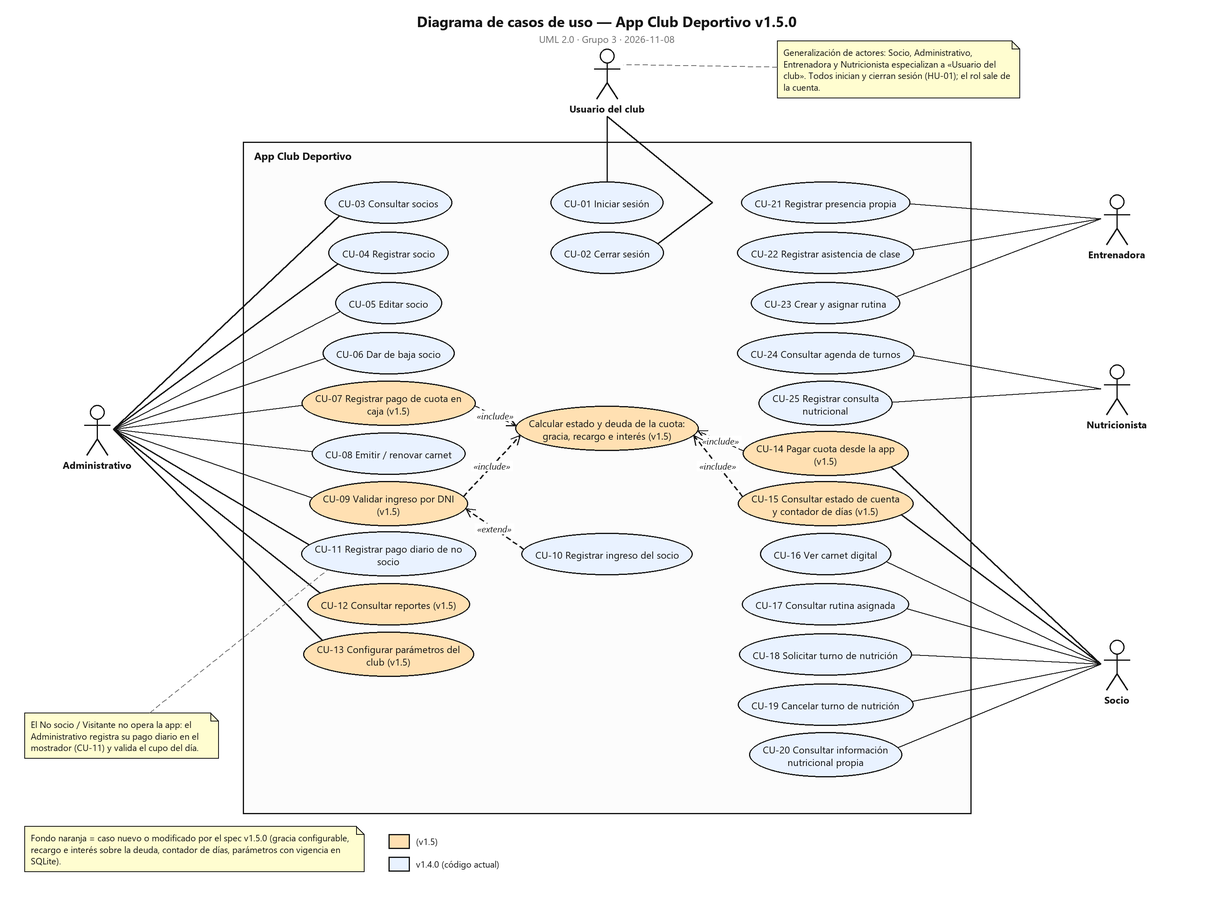
The PlantUML diagram doc/casos-de-uso/diagramas/01_casos_de_uso.png in LeandroReneMussi/Club_Deportivo_APK, before a commit. Its source is kept beside it as doc/casos-de-uso/diagramas/01_casos_de_uso.puml. The source it was exported from:
```plantuml
@startuml 01_casos_de_uso
title Diagrama de casos de uso — App Club Deportivo v1.5.0
left to right direction
skinparam usecase {
  BackgroundColor #E9F2FF
  BackgroundColor<<v15>> #FFE0B2
}
actor "Usuario del club" as U
actor Socio as S
actor Administrativo as A
actor Entrenadora as P
actor Nutricionista as N
S --|> U
A --|> U
P --|> U
N --|> U
rectangle "App Club Deportivo" {
  usecase "CU-01 Iniciar sesión" as CU01
  usecase "CU-02 Cerrar sesión" as CU02
  usecase "CU-03 Consultar socios" as CU03
  usecase "CU-04 Registrar socio" as CU04
  usecase "CU-05 Editar socio" as CU05
  usecase "CU-06 Dar de baja socio" as CU06
  usecase "CU-07 Registrar pago de cuota en caja (v1.5)" as CU07 <<v15>>
  usecase "CU-08 Emitir / renovar carnet" as CU08
  usecase "CU-09 Validar ingreso por DNI (v1.5)" as CU09 <<v15>>
  usecase "CU-10 Registrar ingreso del socio" as CU10
  usecase "CU-11 Registrar pago diario de no socio" as CU11
  usecase "CU-12 Consultar reportes (v1.5)" as CU12 <<v15>>
  usecase "CU-13 Configurar parámetros del club (v1.5)" as CU13 <<v15>>
  usecase "CU-14 Pagar cuota desde la app (v1.5)" as CU14 <<v15>>
  usecase "CU-15 Consultar estado de cuenta y contador de días (v1.5)" as CU15 <<v15>>
  usecase "CU-16 Ver carnet digital" as CU16
  usecase "CU-17 Consultar rutina asignada" as CU17
  usecase "CU-18 Solicitar turno de nutrición" as CU18
  usecase "CU-19 Cancelar turno de nutrición" as CU19
  usecase "CU-20 Consultar información nutricional propia" as CU20
  usecase "CU-21 Registrar presencia propia" as CU21
  usecase "CU-22 Registrar asistencia de clase" as CU22
  usecase "CU-23 Crear y asignar rutina" as CU23
  usecase "CU-24 Consultar agenda de turnos" as CU24
  usecase "CU-25 Registrar consulta nutricional" as CU25
  usecase "Calcular estado y deuda de la cuota:\ngracia, recargo e interés (v1.5)" as CALC <<v15>>
}
U --> CU01
U --> CU02
A --> CU03
A --> CU04
A --> CU05
A --> CU06
A --> CU07
A --> CU08
A --> CU09
A --> CU11
A --> CU12
A --> CU13
S --> CU14
S --> CU15
S --> CU16
S --> CU17
S --> CU18
S --> CU19
S --> CU20
P --> CU21
P --> CU22
P --> CU23
N --> CU24
N --> CU25
CU10 .> CU09 : <<extend>>
CU07 .> CALC : <<include>>
CU09 .> CALC : <<include>>
CU14 .> CALC : <<include>>
CU15 .> CALC : <<include>>
note bottom of CU11
  El No socio / Visitante no opera la app:
  el Administrativo registra su pago diario.
end note
@enduml
```
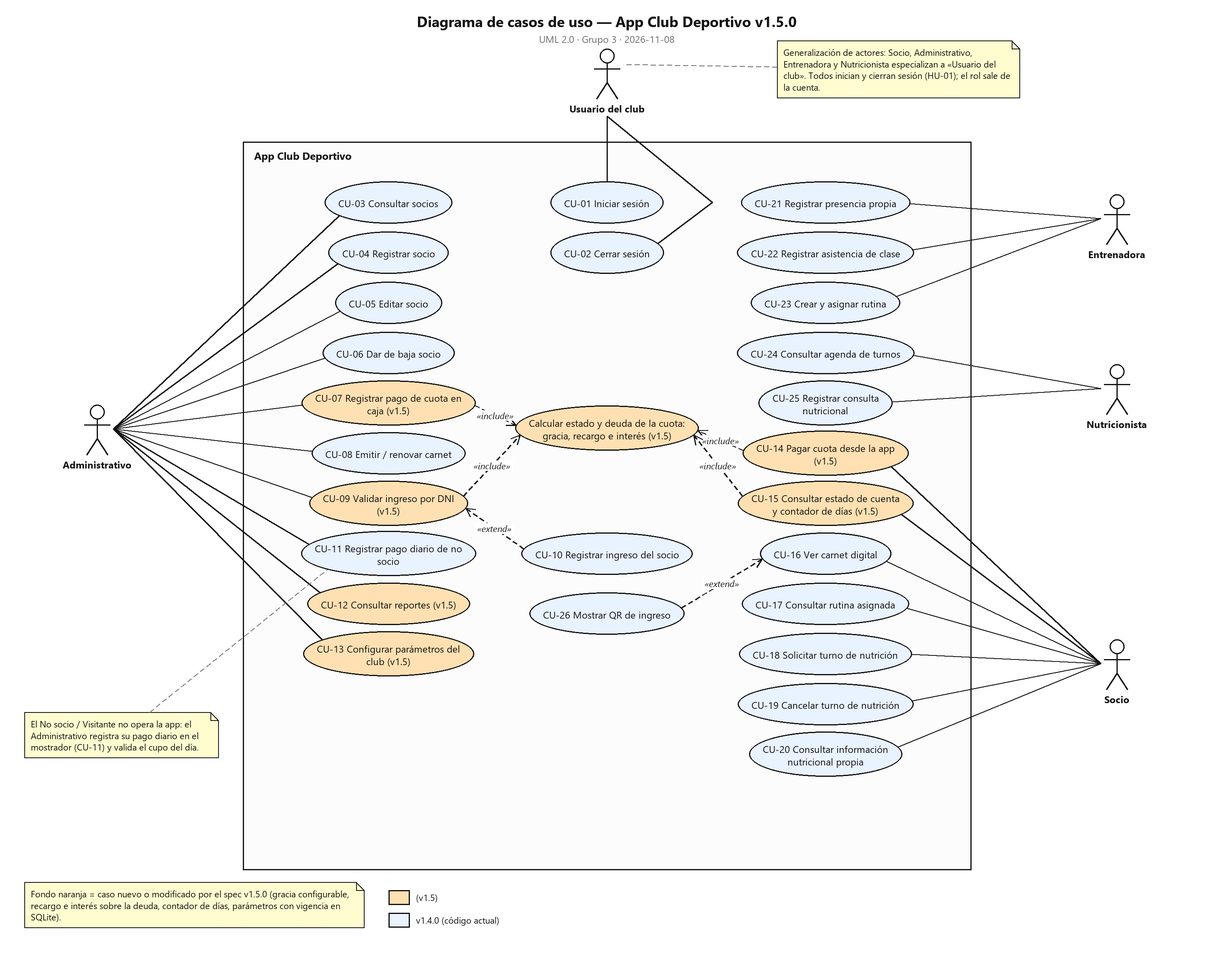
The same file after the commit.

What changed in the source:
```diff
@@ -40,6 +40,7 @@
   usecase "CU-23 Crear y asignar rutina" as CU23
   usecase "CU-24 Consultar agenda de turnos" as CU24
   usecase "CU-25 Registrar consulta nutricional" as CU25
+  usecase "CU-26 Mostrar QR de ingreso" as CU26
   usecase "Calcular estado y deuda de la cuota:\ngracia, recargo e interés (v1.5)" as CALC <<v15>>
 }
 U --> CU01
@@ -67,6 +68,7 @@
 N --> CU24
 N --> CU25
 CU10 .> CU09 : <<extend>>
+CU26 .> CU16 : <<extend>>
 CU07 .> CALC : <<include>>
 CU09 .> CALC : <<include>>
 CU14 .> CALC : <<include>>
```
